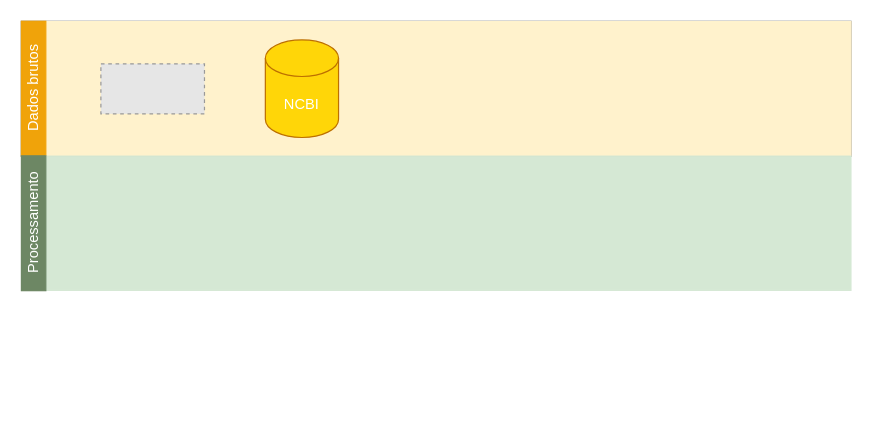
Before: ufsc/ppgbtc-doutorado/workflow_rnaseq_trangeli.drawio in ekazuo/draw-io, a draw.io diagram. Source tidied: cells renumbered, new cells numbered last; positions are measured from the earlier drawing's top-left corner, leaving out a move shared by most shapes. Both pictures are drawn from the tidied source at 122%, with x=0, y=0 at pixel (-34, 21). Pictures stored in the file or linked from it are replaced by grey dashed boxes.
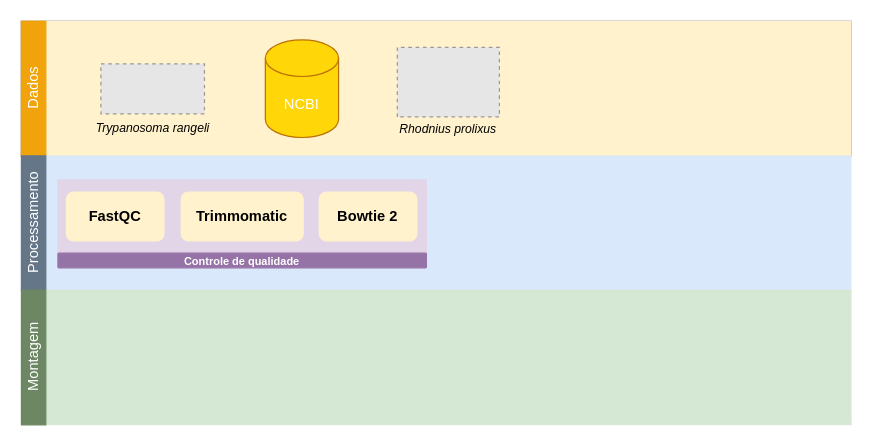
Above is the later version.

Commit message:
controle de qualidade

Diff of the diagram source:
```diff
@@
 <mxGraphModel>
   <root>
     <mxCell id="0" />
     <mxCell id="1" parent="0" />
     <mxCell id="2" style="group;fillColor=#f5f5f5;strokeColor=#666666;fillStyle=auto;fontColor=#333333;" parent="1" vertex="1">
       <mxGeometry x="45" width="680" height="110.5" as="geometry" />
     </mxCell>
     <mxCell id="3" style="rounded=0;whiteSpace=wrap;html=1;align=center;fillColor=#FFF2CC;strokeColor=#FFF2CC;" parent="1" vertex="1">
       <mxGeometry x="65" y="0.2" width="660" height="110" as="geometry" />
     </mxCell>
-    <mxCell id="4" value="&lt;div&gt;&lt;font color=&quot;#ffffff&quot;&gt;Dados brutos&lt;/font&gt;&lt;/div&gt;" style="text;html=1;strokeColor=#F0A30A;fillColor=#F0A30A;align=center;verticalAlign=middle;whiteSpace=wrap;rounded=0;rotation=-90;fontColor=#000000;" parent="1" vertex="1">
+    <mxCell id="4" value="&lt;font color=&quot;#ffffff&quot;&gt;Dados&lt;/font&gt;" style="text;html=1;strokeColor=#F0A30A;fillColor=#F0A30A;align=center;verticalAlign=middle;whiteSpace=wrap;rounded=0;rotation=-90;fontColor=#000000;" parent="1" vertex="1">
       <mxGeometry x="-0.2" y="45.2" width="110.5" height="20" as="geometry" />
     </mxCell>
     <mxCell id="5" style="fillColor=#E6E6E6;strokeColor=#999999;dashed=1;verticalLabelPosition=bottom;labelBackgroundColor=default;verticalAlign=top;" parent="1" vertex="1">
       <mxGeometry x="110.2" y="34.8" width="84.9" height="41" as="geometry" />
     </mxCell>
     <mxCell id="6" value="&lt;font color=&quot;#ffffff&quot;&gt;NCBI&lt;/font&gt;" style="shape=cylinder3;whiteSpace=wrap;html=1;boundedLbl=1;backgroundOutline=1;size=15;fillColor=#FFD608;strokeColor=#BD7000;fontColor=#000000;" parent="1" vertex="1">
       <mxGeometry x="245" y="15.2" width="60" height="80" as="geometry" />
     </mxCell>
-    <mxCell id="7" style="rounded=0;whiteSpace=wrap;html=1;align=center;fillColor=#D5E8D4;strokeColor=#D5E8D4;" parent="1" vertex="1">
+    <mxCell id="7" style="rounded=0;whiteSpace=wrap;html=1;align=center;fillColor=#DAE8FC;strokeColor=#DAE8FC;" parent="1" vertex="1">
       <mxGeometry x="65" y="110.5" width="660" height="110" as="geometry" />
     </mxCell>
-    <mxCell id="8" value="&lt;font color=&quot;#ffffff&quot;&gt;Processamento&lt;/font&gt;" style="text;html=1;strokeColor=#6D8764;fillColor=#6D8764;align=center;verticalAlign=middle;whiteSpace=wrap;rounded=0;rotation=-90;fontColor=#000000;" parent="1" vertex="1">
+    <mxCell id="8" value="&lt;font color=&quot;#ffffff&quot;&gt;Processamento&lt;/font&gt;" style="text;html=1;strokeColor=#647687;fillColor=#647687;align=center;verticalAlign=middle;whiteSpace=wrap;rounded=0;rotation=-90;fontColor=#000000;" parent="1" vertex="1">
       <mxGeometry x="-0.2" y="155.5" width="110.5" height="20" as="geometry" />
     </mxCell>
+    <mxCell id="9" style="fillColor=#E6E6E6;strokeColor=#999999;dashed=1;verticalLabelPosition=bottom;labelBackgroundColor=default;verticalAlign=top;rotation=-90;" parent="1" vertex="1">
+      <mxGeometry x="366.5" y="8" width="57" height="83.7" as="geometry" />
+    </mxCell>
+    <mxCell id="10" value="&lt;div style=&quot;font-size: 10px;&quot;&gt;&lt;font style=&quot;font-size: 10px;&quot;&gt;&lt;i&gt;Trypanosoma rangeli&lt;br&gt;&lt;/i&gt;&lt;/font&gt;&lt;/div&gt;" style="text;html=1;strokeColor=none;fillColor=none;align=center;verticalAlign=middle;whiteSpace=wrap;rounded=0;" parent="1" vertex="1">
+      <mxGeometry x="99" y="77.6" width="107.5" height="19.5" as="geometry" />
+    </mxCell>
+    <mxCell id="11" value="&lt;div style=&quot;font-size: 10px;&quot;&gt;&lt;font style=&quot;font-size: 10px;&quot;&gt;&lt;i&gt;Rhodnius prolixus&lt;br&gt;&lt;/i&gt;&lt;/font&gt;&lt;/div&gt;" style="text;html=1;strokeColor=none;fillColor=none;align=center;verticalAlign=middle;whiteSpace=wrap;rounded=0;" parent="1" vertex="1">
+      <mxGeometry x="341.3" y="78.6" width="107.5" height="19.5" as="geometry" />
+    </mxCell>
+    <mxCell id="12" style="group;" parent="1" vertex="1">
+      <mxGeometry x="75" y="130" width="302" height="72" as="geometry" />
+    </mxCell>
+    <mxCell id="13" style="rounded=0;whiteSpace=wrap;html=1;arcSize=5;fontStyle=1;fillColor=#e1d5e7;strokeColor=#E1D5E7;" parent="12" vertex="1">
+      <mxGeometry width="302" height="60" as="geometry" />
+    </mxCell>
+    <mxCell id="14" value="&lt;div&gt;FastQC&lt;/div&gt;" style="rounded=1;whiteSpace=wrap;html=1;fontStyle=1;fillColor=#fff2cc;strokeColor=#FFF2CC;" parent="12" vertex="1">
+      <mxGeometry x="6.9" y="10" width="80" height="40" as="geometry" />
+    </mxCell>
+    <mxCell id="15" value="Trimmomatic" style="rounded=1;whiteSpace=wrap;html=1;fontStyle=1;fillColor=#FFF2CC;strokeColor=#FFF2CC;" parent="12" vertex="1">
+      <mxGeometry x="101" y="10" width="100" height="40" as="geometry" />
+    </mxCell>
+    <mxCell id="16" value="Bowtie 2" style="rounded=1;whiteSpace=wrap;html=1;fontStyle=1;fillColor=#FFF2CC;strokeColor=#FFF2CC;" parent="12" vertex="1">
+      <mxGeometry x="214.2" y="10" width="80" height="40" as="geometry" />
+    </mxCell>
+    <mxCell id="17" value="&lt;font color=&quot;#ffffff&quot; size=&quot;1&quot;&gt;&lt;b&gt;&lt;font style=&quot;font-size: 9px;&quot;&gt;Controle de qualidade&lt;/font&gt;&lt;/b&gt;&lt;/font&gt;" style="rounded=1;whiteSpace=wrap;html=1;arcSize=5;fontStyle=1;fillColor=#9673A6;strokeColor=#9673a6;" parent="12" vertex="1">
+      <mxGeometry y="60" width="302" height="12" as="geometry" />
+    </mxCell>
+    <mxCell id="18" style="rounded=0;whiteSpace=wrap;html=1;align=center;fillColor=#D5E8D4;strokeColor=#D5E8D4;" parent="1" vertex="1">
+      <mxGeometry x="65" y="220.5" width="660" height="110" as="geometry" />
+    </mxCell>
+    <mxCell id="19" value="&lt;font color=&quot;#ffffff&quot;&gt;Montagem&lt;/font&gt;" style="text;html=1;strokeColor=#6D8764;fillColor=#6D8764;align=center;verticalAlign=middle;whiteSpace=wrap;rounded=0;rotation=-90;fontColor=#000000;" parent="1" vertex="1">
+      <mxGeometry x="-0.2" y="265.5" width="110.5" height="20" as="geometry" />
+    </mxCell>
   </root>
 </mxGraphModel>
```
